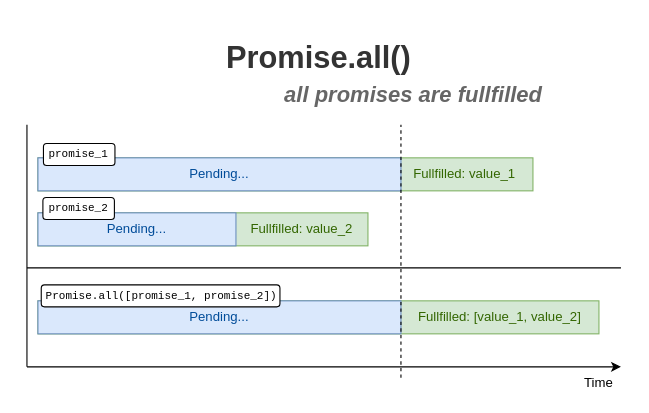
The draw.io diagram page "All promises fullfilled" (1 of 2) of content/posts/139-promise-all/diagrams/diagram.drawio in panzerdp/dmitripavlutin.com, before the edit. Source tidied: cells renumbered, new cells numbered last; positions are measured from the earlier drawing's top-left corner, leaving out a move shared by most shapes. Both pictures are drawn from the tidied source at 110%, with x=0, y=0 at pixel (26, 19).
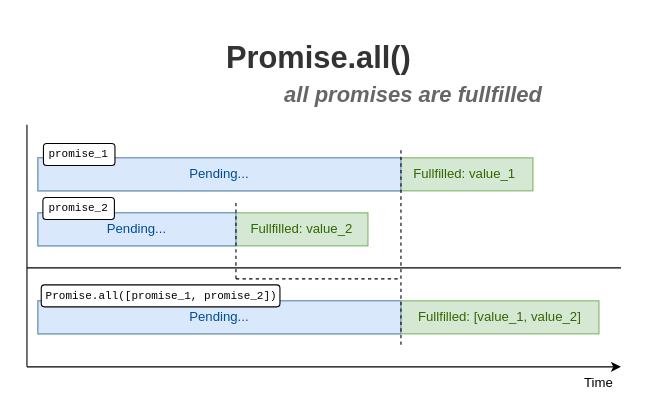
After the change.

What changed in the source:
```diff
@@
     <mxCell id="19" style="endArrow=none;dashed=1;html=1;fontSize=16;fontColor=#336600;" parent="1" edge="1">
       <mxGeometry relative="1" as="geometry">
-        <mxPoint x="340" y="326" as="sourcePoint" />
-        <mxPoint x="340" y="96" as="targetPoint" />
+        <mxPoint x="340" y="296" as="sourcePoint" />
+        <mxPoint x="340" y="116" as="targetPoint" />
       </mxGeometry>
     </mxCell>
@@
+    <mxCell id="27" style="endArrow=none;dashed=1;html=1;" parent="1" edge="1">
+      <mxGeometry relative="1" as="geometry">
+        <mxPoint x="190" y="236" as="sourcePoint" />
+        <mxPoint x="190" y="166" as="targetPoint" />
+      </mxGeometry>
+    </mxCell>
+    <mxCell id="28" style="endArrow=none;dashed=1;html=1;" parent="1" edge="1">
+      <mxGeometry relative="1" as="geometry">
+        <mxPoint x="190" y="236" as="sourcePoint" />
+        <mxPoint x="340" y="236" as="targetPoint" />
+      </mxGeometry>
+    </mxCell>
```
